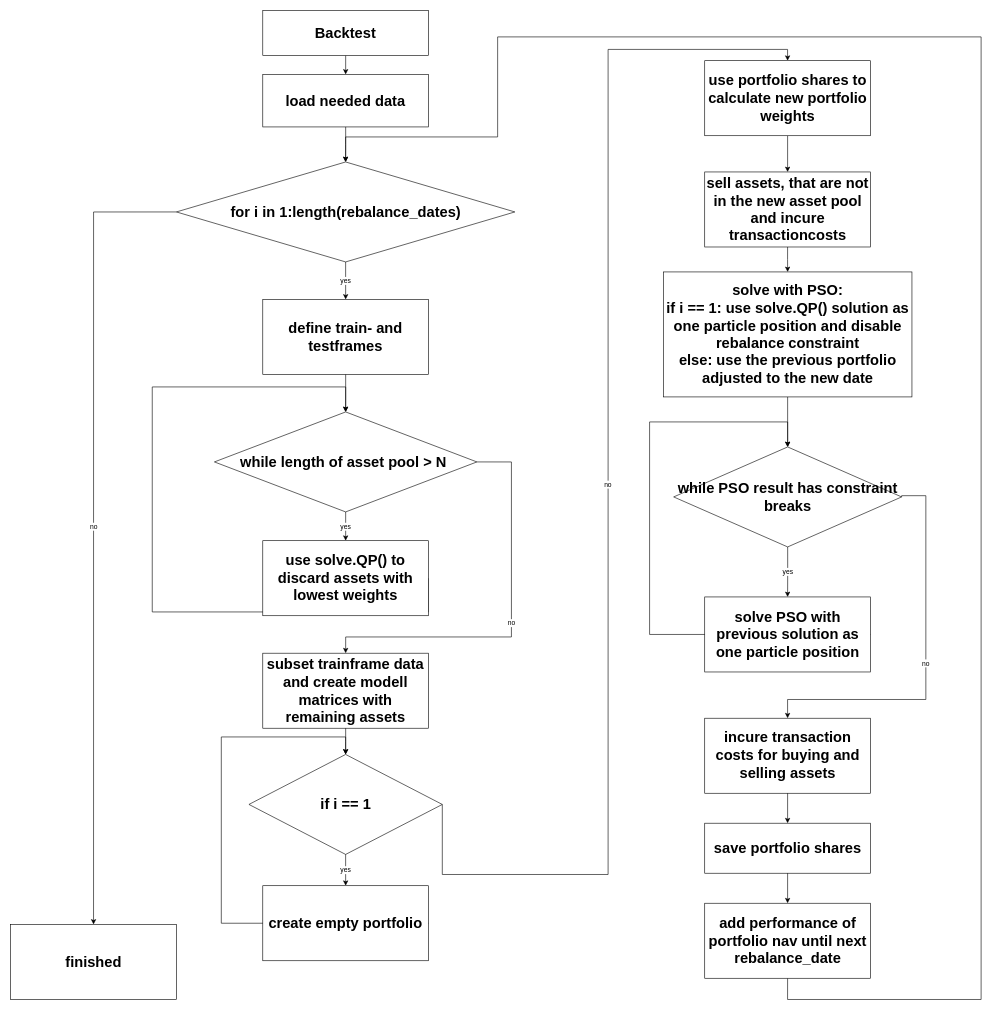
Before: img/Chapter9_PSO_Process3.drawio in AxelCode-R/Asset-Allocation-using-Particle-Swarm-Optimization-in-R, a draw.io diagram. Source tidied: cells renumbered, new cells numbered last; positions are measured from the earlier drawing's top-left corner, leaving out a move shared by most shapes. Both pictures are drawn from the tidied source at 61%, with x=0, y=0 at pixel (10, 10).
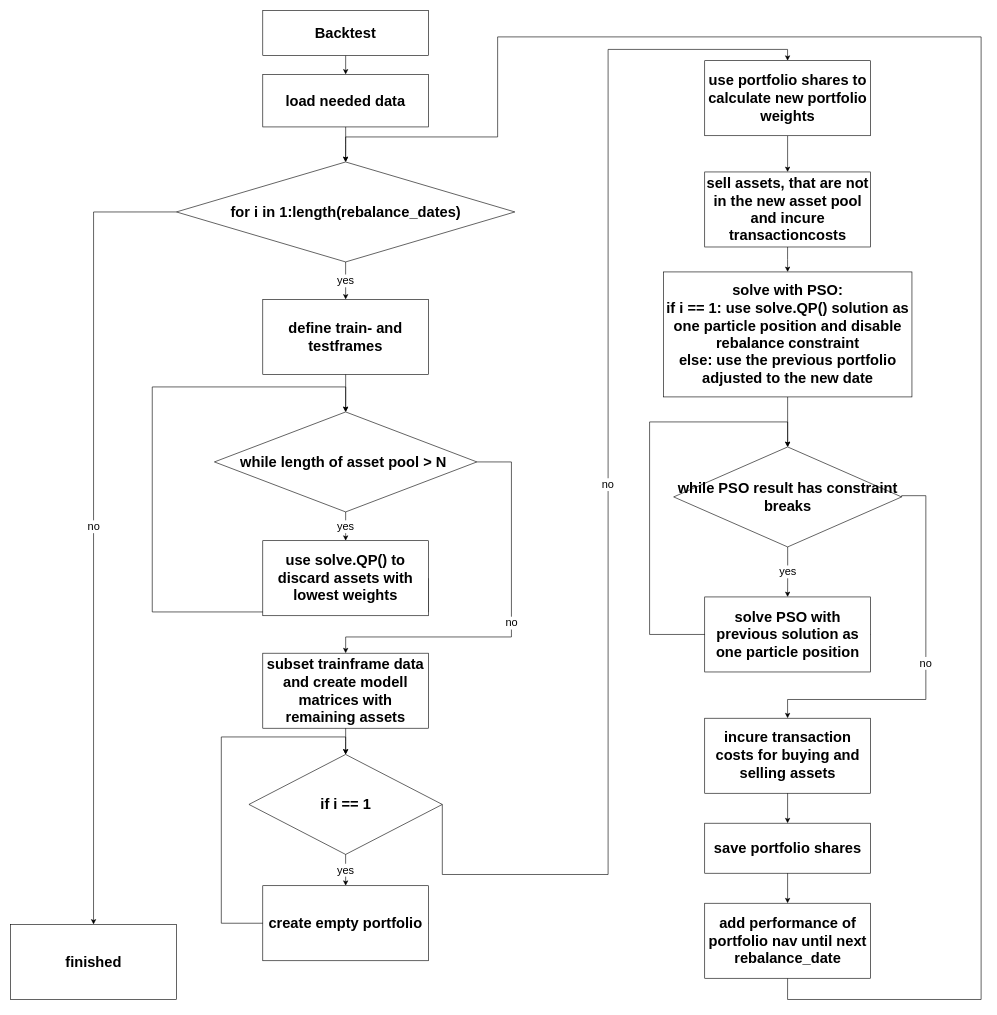
The same page after the edit.

The change refers to these unchanged cells:
```xml
<mxCell id="2" style="group;" parent="1" vertex="1">
  <mxGeometry width="1592" height="1621" as="geometry" />
</mxCell>
<mxCell id="6" value="&lt;h1&gt;&lt;span&gt;for i in 1:length(rebalance_dates)&lt;/span&gt;&lt;/h1&gt;" style="rhombus;whiteSpace=wrap;html=1;" parent="2" vertex="1">
  <mxGeometry x="271.7" y="248" width="554.8" height="163.9" as="geometry" />
</mxCell>
<mxCell id="8" value="&lt;h1&gt;define train- and testframes&lt;/h1&gt;" style="whiteSpace=wrap;html=1;" parent="2" vertex="1">
  <mxGeometry x="413.3" y="473.4" width="271.7" height="123" as="geometry" />
</mxCell>
<mxCell id="10" value="&lt;h1&gt;subset trainframe data and create modell matrices with remaining assets&lt;/h1&gt;" style="whiteSpace=wrap;html=1;" parent="2" vertex="1">
  <mxGeometry x="413.3" y="1053.3" width="271.7" height="123" as="geometry" />
</mxCell>
<mxCell id="12" value="&lt;h1&gt;while length of asset pool &amp;gt; N&amp;nbsp;&lt;/h1&gt;" style="rhombus;whiteSpace=wrap;html=1;" parent="2" vertex="1">
  <mxGeometry x="334" y="657.8" width="430.3" height="163.9" as="geometry" />
</mxCell>
<mxCell id="15" value="&lt;h1&gt;use solve.QP() to discard assets with lowest weights&lt;/h1&gt;" style="whiteSpace=wrap;html=1;" parent="2" vertex="1">
  <mxGeometry x="413.3" y="868.9" width="271.7" height="123" as="geometry" />
</mxCell>
<mxCell id="18" value="&lt;h1&gt;while PSO result has constraint breaks&lt;/h1&gt;" style="rhombus;whiteSpace=wrap;html=1;" parent="2" vertex="1">
  <mxGeometry x="1086.9" y="715.2" width="373.7" height="163.9" as="geometry" />
</mxCell>
<mxCell id="23" value="&lt;h1&gt;solve PSO with previous solution as one particle position&lt;/h1&gt;" style="whiteSpace=wrap;html=1;" parent="2" vertex="1">
  <mxGeometry x="1137.8" y="961.1" width="271.7" height="123" as="geometry" />
</mxCell>
<mxCell id="25" value="&lt;h1&gt;incure transaction costs for buying and selling assets&lt;/h1&gt;" style="whiteSpace=wrap;html=1;" parent="2" vertex="1">
  <mxGeometry x="1137.8" y="1159.9" width="271.7" height="123" as="geometry" />
</mxCell>
<mxCell id="32" value="&lt;h1&gt;if i == 1&lt;/h1&gt;" style="rhombus;whiteSpace=wrap;html=1;" parent="2" vertex="1">
  <mxGeometry x="390.6" y="1219.3" width="317" height="163.9" as="geometry" />
</mxCell>
<mxCell id="35" value="&lt;h1&gt;create empty portfolio&lt;/h1&gt;" style="whiteSpace=wrap;html=1;" parent="2" vertex="1">
  <mxGeometry x="413.3" y="1434.5" width="271.7" height="123" as="geometry" />
</mxCell>
<mxCell id="38" value="&lt;h1&gt;use portfolio shares to calculate new portfolio weights&lt;/h1&gt;" style="whiteSpace=wrap;html=1;" parent="2" vertex="1">
  <mxGeometry x="1137.8" y="82" width="271.7" height="123" as="geometry" />
</mxCell>
<mxCell id="40" value="&lt;h1&gt;finished&lt;/h1&gt;" style="whiteSpace=wrap;html=1;" parent="2" vertex="1">
  <mxGeometry y="1498" width="271.7" height="123" as="geometry" />
</mxCell>
```

What changed in the source:
```diff
@@
-    <mxCell id="9" value="yes" style="edgeStyle=orthogonalEdgeStyle;rounded=0;jettySize=auto;html=1;exitX=0.5;exitY=1;exitDx=0;exitDy=0;entryX=0.5;entryY=0;entryDx=0;entryDy=0;" parent="2" edge="1" source="6" target="8">
+    <mxCell id="9" value="&lt;font style=&quot;font-size: 18px&quot;&gt;yes&lt;/font&gt;" style="edgeStyle=orthogonalEdgeStyle;rounded=0;jettySize=auto;html=1;exitX=0.5;exitY=1;exitDx=0;exitDy=0;entryX=0.5;entryY=0;entryDx=0;entryDy=0;" parent="2" edge="1" source="6" target="8">
       <mxGeometry relative="1" as="geometry" />
     </mxCell>
@@
-    <mxCell id="11" value="no" style="edgeStyle=orthogonalEdgeStyle;rounded=0;jettySize=auto;html=1;exitX=1;exitY=0.5;exitDx=0;exitDy=0;entryX=0.5;entryY=0;entryDx=0;entryDy=0;" parent="2" edge="1" source="12" target="10">
+    <mxCell id="11" value="&lt;font style=&quot;font-size: 18px&quot;&gt;no&lt;/font&gt;" style="edgeStyle=orthogonalEdgeStyle;rounded=0;jettySize=auto;html=1;exitX=1;exitY=0.5;exitDx=0;exitDy=0;entryX=0.5;entryY=0;entryDx=0;entryDy=0;" parent="2" edge="1" source="12" target="10">
       <mxGeometry relative="1" as="geometry">
         <Array as="points">
           <mxPoint x="820.9" y="739.8" />
           <mxPoint x="820.9" y="1026.7" />
           <mxPoint x="549.2" y="1026.7" />
         </Array>
       </mxGeometry>
     </mxCell>
@@
-    <mxCell id="16" value="yes" style="edgeStyle=orthogonalEdgeStyle;rounded=0;jettySize=auto;html=1;exitX=0.5;exitY=1;exitDx=0;exitDy=0;entryX=0.5;entryY=0;entryDx=0;entryDy=0;" parent="2" edge="1" source="12" target="15">
+    <mxCell id="16" value="&lt;font style=&quot;font-size: 18px&quot;&gt;yes&lt;/font&gt;" style="edgeStyle=orthogonalEdgeStyle;rounded=0;jettySize=auto;html=1;exitX=0.5;exitY=1;exitDx=0;exitDy=0;entryX=0.5;entryY=0;entryDx=0;entryDy=0;" parent="2" edge="1" source="12" target="15">
       <mxGeometry relative="1" as="geometry" />
     </mxCell>
@@
-    <mxCell id="24" value="yes" style="edgeStyle=orthogonalEdgeStyle;rounded=0;jettySize=auto;html=1;exitX=0.5;exitY=1;exitDx=0;exitDy=0;entryX=0.5;entryY=0;entryDx=0;entryDy=0;" parent="2" edge="1" source="18" target="23">
+    <mxCell id="24" value="&lt;font style=&quot;font-size: 18px&quot;&gt;yes&lt;/font&gt;" style="edgeStyle=orthogonalEdgeStyle;rounded=0;jettySize=auto;html=1;exitX=0.5;exitY=1;exitDx=0;exitDy=0;entryX=0.5;entryY=0;entryDx=0;entryDy=0;" parent="2" edge="1" source="18" target="23">
       <mxGeometry relative="1" as="geometry" />
     </mxCell>
@@
-    <mxCell id="26" value="no" style="edgeStyle=orthogonalEdgeStyle;rounded=0;jettySize=auto;html=1;exitX=1;exitY=0.5;exitDx=0;exitDy=0;entryX=0.5;entryY=0;entryDx=0;entryDy=0;" parent="2" edge="1" source="18" target="25">
+    <mxCell id="26" value="&lt;font style=&quot;font-size: 18px&quot;&gt;no&lt;/font&gt;" style="edgeStyle=orthogonalEdgeStyle;rounded=0;jettySize=auto;html=1;exitX=1;exitY=0.5;exitDx=0;exitDy=0;entryX=0.5;entryY=0;entryDx=0;entryDy=0;" parent="2" edge="1" source="18" target="25">
       <mxGeometry relative="1" as="geometry">
         <Array as="points">
           <mxPoint x="1500.3" y="795.1" />
           <mxPoint x="1500.3" y="1129.2" />
           <mxPoint x="1273.8" y="1129.2" />
         </Array>
       </mxGeometry>
     </mxCell>
@@
-    <mxCell id="36" value="yes" style="edgeStyle=orthogonalEdgeStyle;rounded=0;jettySize=auto;html=1;exitX=0.5;exitY=1;exitDx=0;exitDy=0;entryX=0.5;entryY=0;entryDx=0;entryDy=0;" parent="2" edge="1" source="32" target="35">
+    <mxCell id="36" value="&lt;font style=&quot;font-size: 18px&quot;&gt;yes&lt;/font&gt;" style="edgeStyle=orthogonalEdgeStyle;rounded=0;jettySize=auto;html=1;exitX=0.5;exitY=1;exitDx=0;exitDy=0;entryX=0.5;entryY=0;entryDx=0;entryDy=0;" parent="2" edge="1" source="32" target="35">
       <mxGeometry relative="1" as="geometry" />
     </mxCell>
@@
-    <mxCell id="39" value="no" style="edgeStyle=orthogonalEdgeStyle;rounded=0;jettySize=auto;html=1;exitX=1;exitY=0.5;exitDx=0;exitDy=0;entryX=0.5;entryY=0;entryDx=0;entryDy=0;" parent="2" edge="1" source="32" target="38">
+    <mxCell id="39" value="&lt;font style=&quot;font-size: 18px&quot;&gt;no&lt;/font&gt;" style="edgeStyle=orthogonalEdgeStyle;rounded=0;jettySize=auto;html=1;exitX=1;exitY=0.5;exitDx=0;exitDy=0;entryX=0.5;entryY=0;entryDx=0;entryDy=0;" parent="2" edge="1" source="32" target="38">
       <mxGeometry relative="1" as="geometry">
         <Array as="points">
           <mxPoint x="707.7" y="1416.1" />
           <mxPoint x="979.4" y="1416.1" />
           <mxPoint x="979.4" y="63.5" />
           <mxPoint x="1273.8" y="63.5" />
         </Array>
       </mxGeometry>
     </mxCell>
@@
-    <mxCell id="41" value="no" style="edgeStyle=orthogonalEdgeStyle;rounded=0;jettySize=auto;html=1;exitX=0;exitY=0.5;exitDx=0;exitDy=0;entryX=0.5;entryY=0;entryDx=0;entryDy=0;" parent="2" edge="1" source="6" target="40">
+    <mxCell id="41" value="&lt;font style=&quot;font-size: 18px&quot;&gt;no&lt;/font&gt;" style="edgeStyle=orthogonalEdgeStyle;rounded=0;jettySize=auto;html=1;exitX=0;exitY=0.5;exitDx=0;exitDy=0;entryX=0.5;entryY=0;entryDx=0;entryDy=0;" parent="2" edge="1" source="6" target="40">
       <mxGeometry relative="1" as="geometry" />
     </mxCell>
```
